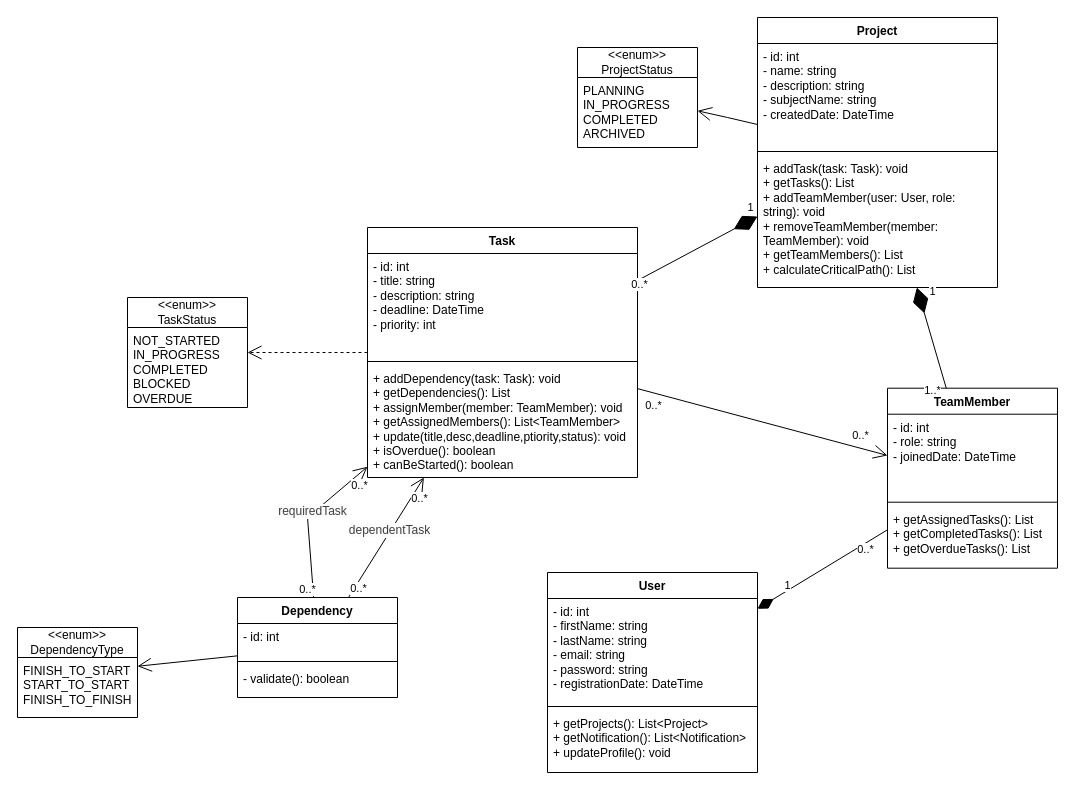
Above: diagrams/class-diagramm.drawio in Educational-Projects-Se2my00of5/osnovyprymoyrazrabotki (draw.io), before the change. Source tidied: cells renumbered, new cells numbered last; positions are measured from the earlier drawing's top-left corner, leaving out a move shared by most shapes. Both pictures are drawn from the tidied source at 100%, with x=0, y=0 at pixel (17, 17).
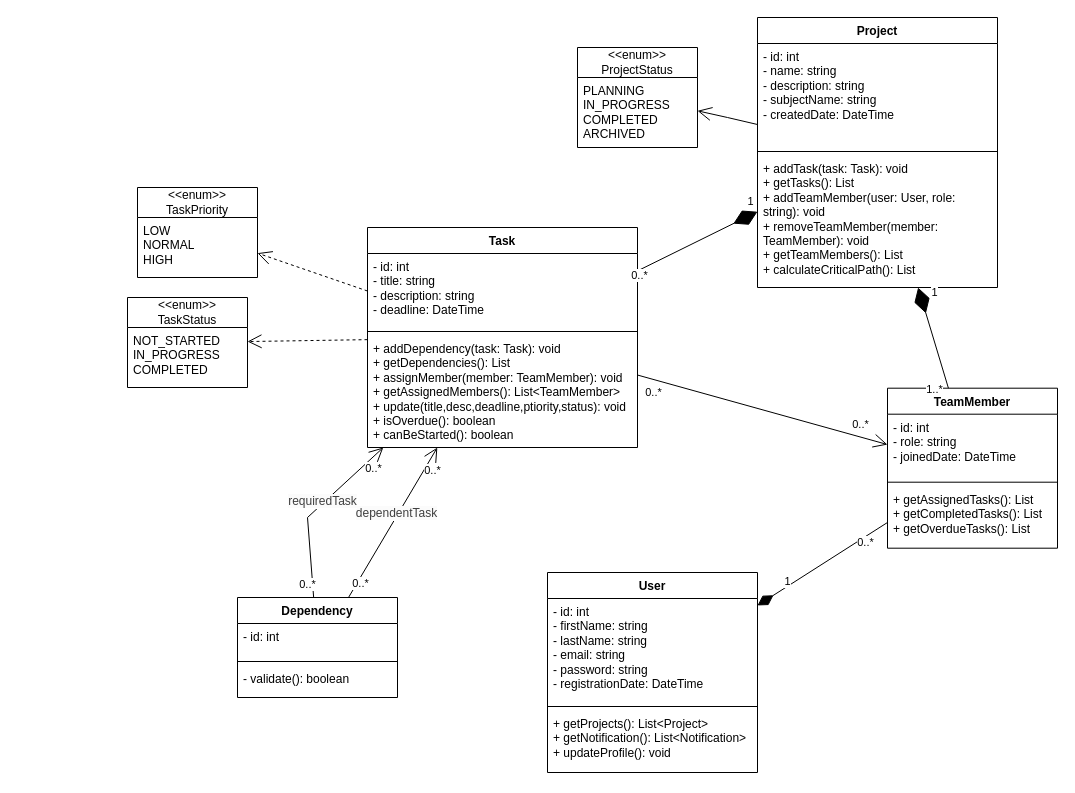
The same page after the edit.

The change refers to these unchanged cells:
```xml
<mxCell id="16" value="Dependency" style="swimlane;fontStyle=1;align=center;verticalAlign=top;horizontal=1;startSize=26;whiteSpace=wrap;html=1;" parent="1" vertex="1">
  <mxGeometry x="220" y="580" width="160" height="100" as="geometry" />
</mxCell>
```

What changed in the source:
```diff
@@
     <mxCell id="6" value="Task" style="swimlane;fontStyle=1;align=center;verticalAlign=top;horizontal=1;startSize=26;whiteSpace=wrap;html=1;" parent="1" vertex="1">
-      <mxGeometry x="350" y="210" width="270" height="250" as="geometry" />
+      <mxGeometry x="350" y="210" width="270" height="220" as="geometry" />
     </mxCell>
-    <mxCell id="7" value="- id: int&lt;div&gt;- title: string&lt;br&gt;- description: string&lt;br&gt;- deadline: DateTime&lt;br&gt;- priority: int&lt;/div&gt;" style="text;strokeColor=none;fillColor=none;align=left;verticalAlign=top;spacingLeft=4;spacingRight=4;overflow=hidden;whiteSpace=wrap;html=1;" parent="6" vertex="1">
-      <mxGeometry y="26" width="270" height="104" as="geometry" />
+    <mxCell id="7" value="- id: int&lt;div&gt;- title: string&lt;br&gt;- description: string&lt;br&gt;- deadline: DateTime&lt;br&gt;&lt;/div&gt;" style="text;strokeColor=none;fillColor=none;align=left;verticalAlign=top;spacingLeft=4;spacingRight=4;overflow=hidden;whiteSpace=wrap;html=1;" parent="6" vertex="1">
+      <mxGeometry y="26" width="270" height="74" as="geometry" />
     </mxCell>
     <mxCell id="8" style="line;strokeWidth=1;fillColor=none;align=left;verticalAlign=middle;spacingTop=-1;spacingLeft=3;spacingRight=3;labelPosition=right;strokeColor=inherit;" parent="6" vertex="1">
-      <mxGeometry y="130" width="270" height="8" as="geometry" />
+      <mxGeometry y="100" width="270" height="8" as="geometry" />
     </mxCell>
     <mxCell id="9" value="+ addDependency(task: Task): void&lt;br&gt;+ getDependencies(): List&lt;br&gt;+ assignMember(member: TeamMember): void&lt;br&gt;+ getAssignedMembers(): List&amp;lt;&lt;span style=&quot;color: rgb(0, 0, 0);&quot;&gt;TeamMember&lt;/span&gt;&amp;gt;&lt;br&gt;+ update(title,desc,deadline,ptiority,status): void&lt;br&gt;+ isOverdue(): boolean&lt;br&gt;+ canBeStarted(): boolean" style="text;strokeColor=none;fillColor=none;align=left;verticalAlign=top;spacingLeft=4;spacingRight=4;overflow=hidden;whiteSpace=wrap;html=1;" parent="6" vertex="1">
-      <mxGeometry y="138" width="270" height="112" as="geometry" />
+      <mxGeometry y="108" width="270" height="112" as="geometry" />
     </mxCell>
@@
     <mxCell id="12" value="&amp;lt;&amp;lt;enum&amp;gt;&amp;gt;&lt;br&gt;TaskStatus" style="swimlane;fontStyle=0;horizontal=1;startSize=30;fillColor=none;whiteSpace=wrap;html=1;" parent="1" vertex="1">
-      <mxGeometry x="110" y="280" width="120" height="110" as="geometry" />
+      <mxGeometry x="110" y="280" width="120" height="90" as="geometry" />
     </mxCell>
-    <mxCell id="13" value="NOT_STARTED&lt;br&gt;IN_PROGRESS&lt;br&gt;COMPLETED&lt;br&gt;BLOCKED&lt;br&gt;OVERDUE" style="text;strokeColor=none;fillColor=none;align=left;verticalAlign=top;spacingLeft=4;spacingRight=4;overflow=hidden;whiteSpace=wrap;html=1;" parent="12" vertex="1">
-      <mxGeometry y="30" width="120" height="80" as="geometry" />
+    <mxCell id="13" value="NOT_STARTED&lt;br&gt;IN_PROGRESS&lt;br&gt;COMPLETED&lt;br&gt;&lt;div&gt;&lt;br&gt;&lt;/div&gt;" style="text;strokeColor=none;fillColor=none;align=left;verticalAlign=top;spacingLeft=4;spacingRight=4;overflow=hidden;whiteSpace=wrap;html=1;" parent="12" vertex="1">
+      <mxGeometry y="30" width="120" height="60" as="geometry" />
     </mxCell>
-    <mxCell id="14" value="&lt;div&gt;&amp;lt;&amp;lt;enum&amp;gt;&amp;gt;&lt;br&gt;&lt;/div&gt;&lt;div&gt;DependencyType&lt;/div&gt;" style="swimlane;fontStyle=0;horizontal=1;startSize=30;fillColor=none;whiteSpace=wrap;html=1;" parent="1" vertex="1">
-      <mxGeometry y="610" width="120" height="90" as="geometry" />
-    </mxCell>
-    <mxCell id="15" value="&lt;div&gt;FINISH_TO_START&lt;br&gt;START_TO_START&lt;br&gt;FINISH_TO_FINISH&lt;/div&gt;" style="text;strokeColor=none;fillColor=none;align=left;verticalAlign=top;spacingLeft=4;spacingRight=4;overflow=hidden;whiteSpace=wrap;html=1;" parent="14" vertex="1">
-      <mxGeometry y="30" width="120" height="60" as="geometry" />
-    </mxCell>
@@
     <mxCell id="20" value="TeamMember" style="swimlane;fontStyle=1;align=center;verticalAlign=top;horizontal=1;startSize=26;whiteSpace=wrap;html=1;" parent="1" vertex="1">
-      <mxGeometry x="870" y="370.7" width="170" height="180" as="geometry" />
+      <mxGeometry x="870" y="370.7" width="170" height="160" as="geometry" />
     </mxCell>
     <mxCell id="21" value="- id: int&lt;br&gt;- role: string&lt;div&gt;- joinedDate: DateTime&lt;/div&gt;" style="text;strokeColor=none;fillColor=none;align=left;verticalAlign=top;spacingLeft=4;spacingRight=4;overflow=hidden;whiteSpace=wrap;html=1;" parent="20" vertex="1">
-      <mxGeometry y="26" width="170" height="84" as="geometry" />
+      <mxGeometry y="26" width="170" height="64" as="geometry" />
     </mxCell>
     <mxCell id="22" style="line;strokeWidth=1;fillColor=none;align=left;verticalAlign=middle;spacingTop=-1;spacingLeft=3;spacingRight=3;labelPosition=right;strokeColor=inherit;" parent="20" vertex="1">
-      <mxGeometry y="110" width="170" height="8" as="geometry" />
+      <mxGeometry y="90" width="170" height="8" as="geometry" />
     </mxCell>
     <mxCell id="23" value="&lt;div&gt;+ getAssignedTasks(): List&lt;br&gt;+ getCompletedTasks(): List&lt;br&gt;+ getOverdueTasks(): List&lt;/div&gt;" style="text;strokeColor=none;fillColor=none;align=left;verticalAlign=top;spacingLeft=4;spacingRight=4;overflow=hidden;whiteSpace=wrap;html=1;" parent="20" vertex="1">
-      <mxGeometry y="118" width="170" height="62" as="geometry" />
+      <mxGeometry y="98" width="170" height="62" as="geometry" />
     </mxCell>
@@
-    <mxCell id="25" style="endArrow=open;endFill=1;endSize=12;html=1;rounded=0;" parent="1" edge="1" source="16" target="14">
-      <mxGeometry relative="1" as="geometry" />
-    </mxCell>
@@
+    <mxCell id="51" value="&amp;lt;&amp;lt;enum&amp;gt;&amp;gt;&lt;br&gt;TaskPriority" style="swimlane;fontStyle=0;horizontal=1;startSize=30;fillColor=none;whiteSpace=wrap;html=1;" parent="1" vertex="1">
+      <mxGeometry x="120" y="170" width="120" height="90" as="geometry" />
+    </mxCell>
+    <mxCell id="52" value="LOW&lt;br&gt;NORMAL&lt;br&gt;HIGH" style="text;strokeColor=none;fillColor=none;align=left;verticalAlign=top;spacingLeft=4;spacingRight=4;overflow=hidden;whiteSpace=wrap;html=1;" parent="51" vertex="1">
+      <mxGeometry y="30" width="120" height="60" as="geometry" />
+    </mxCell>
+    <mxCell id="53" style="endArrow=open;endSize=12;dashed=1;html=1;rounded=0;" parent="1" edge="1" source="6" target="51">
+      <mxGeometry relative="1" as="geometry" />
+    </mxCell>
```
